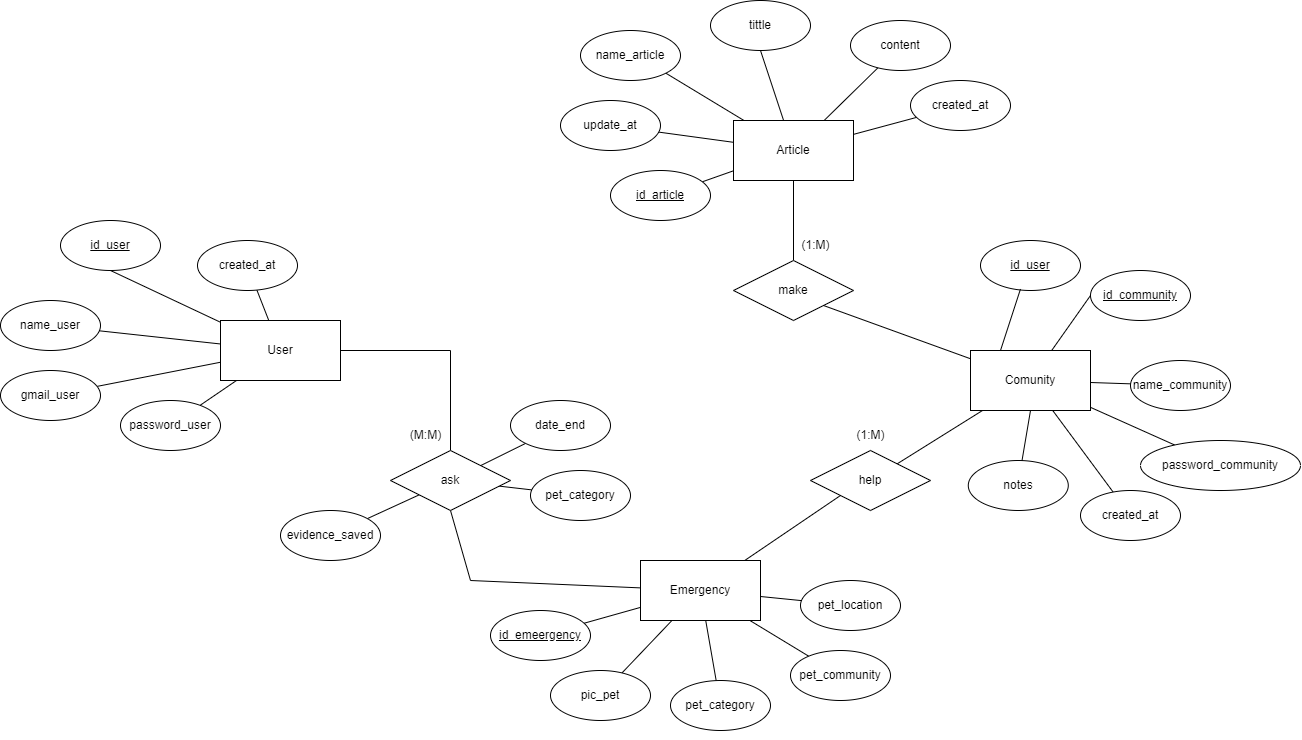
Above: src/petshop.png in ignasiusdandy/Capstone-Backend (draw.io), before the change. Source tidied: cells renumbered, new cells last; positions are measured from the earlier drawing's top-left corner, leaving out a move shared by most shapes.
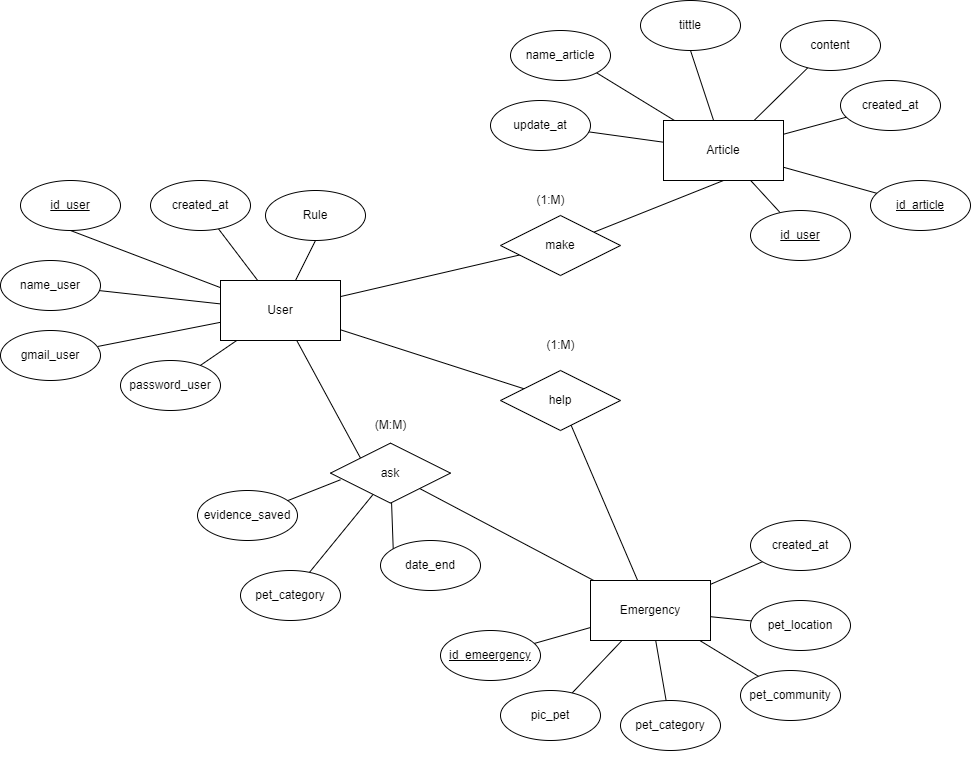
After the change.

Diff of the diagram source:
```diff
@@ -2,15 +2,12 @@
   <root>
     <mxCell id="0" />
     <mxCell id="1" parent="0" />
-    <mxCell id="2" style="edgeStyle=orthogonalEdgeStyle;rounded=0;jettySize=auto;html=1;exitX=1;exitY=0.5;exitDx=0;exitDy=0;entryX=0.5;entryY=0;entryDx=0;entryDy=0;startArrow=none;startFill=0;endArrow=none;endFill=0;" parent="1" edge="1" source="8" target="41">
-      <mxGeometry relative="1" as="geometry" />
-    </mxCell>
-    <mxCell id="3" style="edgeStyle=none;rounded=0;jettySize=auto;html=1;startArrow=none;startFill=0;endArrow=none;endFill=0;" parent="1" edge="1" source="8" target="58">
-      <mxGeometry relative="1" as="geometry" />
-    </mxCell>
-    <mxCell id="4" style="edgeStyle=none;rounded=0;jettySize=auto;html=1;entryX=0.5;entryY=1;entryDx=0;entryDy=0;startArrow=none;startFill=0;endArrow=none;endFill=0;" parent="1" edge="1" source="8" target="29">
-      <mxGeometry relative="1" as="geometry" />
-    </mxCell>
+    <mxCell id="69" style="edgeStyle=none;rounded=0;jettySize=auto;html=1;startArrow=none;startFill=0;endArrow=none;endFill=0;" parent="1" edge="1" source="8" target="85">
+      <mxGeometry relative="1" as="geometry" />
+    </mxCell>
+    <mxCell id="70" style="edgeStyle=none;rounded=0;jettySize=auto;html=1;entryX=0.5;entryY=1;entryDx=0;entryDy=0;startArrow=none;startFill=0;endArrow=none;endFill=0;" parent="1" edge="1" source="8" target="76">
+      <mxGeometry relative="1" as="geometry" />
+    </mxCell>
     <mxCell id="5" style="edgeStyle=none;rounded=0;jettySize=auto;html=1;startArrow=none;startFill=0;endArrow=none;endFill=0;" parent="1" edge="1" source="8" target="30">
       <mxGeometry relative="1" as="geometry" />
     </mxCell>
@@ -20,33 +17,38 @@
     <mxCell id="7" style="edgeStyle=none;rounded=0;jettySize=auto;html=1;startArrow=none;startFill=0;endArrow=none;endFill=0;" parent="1" edge="1" source="8" target="32">
       <mxGeometry relative="1" as="geometry" />
     </mxCell>
+    <mxCell id="2" style="edgeStyle=none;rounded=0;jettySize=auto;html=1;entryX=0;entryY=0;entryDx=0;entryDy=0;endArrow=none;endFill=0;" parent="1" edge="1" source="8" target="41">
+      <mxGeometry relative="1" as="geometry" />
+    </mxCell>
+    <mxCell id="71" style="edgeStyle=none;rounded=0;jettySize=auto;html=1;endArrow=none;endFill=0;" parent="1" edge="1" source="8" target="43">
+      <mxGeometry relative="1" as="geometry" />
+    </mxCell>
+    <mxCell id="72" style="edgeStyle=none;rounded=0;jettySize=auto;html=1;entryX=0.5;entryY=1;entryDx=0;entryDy=0;endArrow=none;endFill=0;" parent="1" edge="1" source="8" target="88">
+      <mxGeometry relative="1" as="geometry" />
+    </mxCell>
     <mxCell id="8" value="User" style="rounded=0;whiteSpace=wrap;html=1;" parent="1" vertex="1">
       <mxGeometry x="220" y="320" width="120" height="60" as="geometry" />
     </mxCell>
-    <mxCell id="9" style="edgeStyle=none;rounded=0;jettySize=auto;html=1;entryX=0.5;entryY=1;entryDx=0;entryDy=0;endArrow=none;endFill=0;" parent="1" edge="1" source="15" target="41">
-      <mxGeometry relative="1" as="geometry">
-        <Array as="points">
-          <mxPoint x="470" y="580" />
-        </Array>
-      </mxGeometry>
-    </mxCell>
     <mxCell id="10" style="edgeStyle=none;rounded=0;jettySize=auto;html=1;startArrow=none;startFill=0;endArrow=none;endFill=0;" parent="1" edge="1" source="15" target="33">
       <mxGeometry relative="1" as="geometry" />
     </mxCell>
     <mxCell id="11" style="edgeStyle=none;rounded=0;jettySize=auto;html=1;startArrow=none;startFill=0;endArrow=none;endFill=0;" parent="1" edge="1" source="15" target="34">
       <mxGeometry relative="1" as="geometry" />
     </mxCell>
-    <mxCell id="12" style="edgeStyle=none;rounded=0;jettySize=auto;html=1;startArrow=none;startFill=0;endArrow=none;endFill=0;" parent="1" edge="1" source="15" target="35">
-      <mxGeometry relative="1" as="geometry" />
-    </mxCell>
+    <mxCell id="73" style="edgeStyle=none;rounded=0;jettySize=auto;html=1;startArrow=none;startFill=0;endArrow=none;endFill=0;" parent="1" edge="1" source="15" target="77">
+      <mxGeometry relative="1" as="geometry" />
+    </mxCell>
     <mxCell id="13" style="edgeStyle=none;rounded=0;jettySize=auto;html=1;startArrow=none;startFill=0;endArrow=none;endFill=0;" parent="1" edge="1" source="15" target="37">
       <mxGeometry relative="1" as="geometry" />
     </mxCell>
     <mxCell id="14" style="edgeStyle=none;rounded=0;jettySize=auto;html=1;startArrow=none;startFill=0;endArrow=none;endFill=0;" parent="1" edge="1" source="15" target="36">
       <mxGeometry relative="1" as="geometry" />
     </mxCell>
+    <mxCell id="74" style="rounded=0;jettySize=auto;html=1;endArrow=none;endFill=0;" parent="1" edge="1" source="15" target="89">
+      <mxGeometry relative="1" as="geometry" />
+    </mxCell>
     <mxCell id="15" value="Emergency" style="rounded=0;whiteSpace=wrap;html=1;" parent="1" vertex="1">
-      <mxGeometry x="640" y="560" width="120" height="60" as="geometry" />
+      <mxGeometry x="590" y="620" width="120" height="60" as="geometry" />
     </mxCell>
     <mxCell id="16" style="edgeStyle=none;rounded=0;jettySize=auto;html=1;entryX=0.5;entryY=1;entryDx=0;entryDy=0;startArrow=none;startFill=0;endArrow=none;endFill=0;" parent="1" edge="1" source="21" target="47">
       <mxGeometry relative="1" as="geometry" />
@@ -60,36 +62,15 @@
     <mxCell id="19" style="edgeStyle=none;rounded=0;jettySize=auto;html=1;startArrow=none;startFill=0;endArrow=none;endFill=0;" parent="1" edge="1" source="21" target="48">
       <mxGeometry relative="1" as="geometry" />
     </mxCell>
-    <mxCell id="20" style="edgeStyle=none;rounded=0;jettySize=auto;html=1;startArrow=none;startFill=0;endArrow=none;endFill=0;" parent="1" edge="1" source="21" target="49">
-      <mxGeometry relative="1" as="geometry" />
-    </mxCell>
+    <mxCell id="75" style="edgeStyle=none;rounded=0;jettySize=auto;html=1;startArrow=none;startFill=0;endArrow=none;endFill=0;" parent="1" edge="1" source="21" target="81">
+      <mxGeometry relative="1" as="geometry" />
+    </mxCell>
     <mxCell id="21" value="Article" style="rounded=0;whiteSpace=wrap;html=1;" parent="1" vertex="1">
-      <mxGeometry x="733" y="120" width="120" height="60" as="geometry" />
+      <mxGeometry x="663" y="160" width="120" height="60" as="geometry" />
     </mxCell>
-    <mxCell id="22" style="edgeStyle=none;rounded=0;jettySize=auto;html=1;endArrow=none;endFill=0;" parent="1" edge="1" source="28" target="43">
-      <mxGeometry relative="1" as="geometry" />
-    </mxCell>
-    <mxCell id="23" style="edgeStyle=none;rounded=0;jettySize=auto;html=1;entryX=0;entryY=0.5;entryDx=0;entryDy=0;startArrow=none;startFill=0;endArrow=none;endFill=0;" parent="1" edge="1" source="28" target="55">
-      <mxGeometry relative="1" as="geometry" />
-    </mxCell>
-    <mxCell id="24" style="edgeStyle=none;rounded=0;jettySize=auto;html=1;startArrow=none;startFill=0;endArrow=none;endFill=0;" parent="1" edge="1" source="28" target="56">
-      <mxGeometry relative="1" as="geometry" />
-    </mxCell>
-    <mxCell id="25" style="edgeStyle=none;rounded=0;jettySize=auto;html=1;startArrow=none;startFill=0;endArrow=none;endFill=0;" parent="1" edge="1" source="28" target="60">
-      <mxGeometry relative="1" as="geometry" />
-    </mxCell>
-    <mxCell id="26" style="edgeStyle=none;rounded=0;jettySize=auto;html=1;startArrow=none;startFill=0;endArrow=none;endFill=0;" parent="1" edge="1" source="28" target="57">
-      <mxGeometry relative="1" as="geometry" />
-    </mxCell>
-    <mxCell id="27" style="edgeStyle=none;rounded=0;jettySize=auto;html=1;entryX=1;entryY=1;entryDx=0;entryDy=0;startArrow=none;startFill=0;endArrow=none;endFill=0;" parent="1" edge="1" source="28" target="45">
-      <mxGeometry relative="1" as="geometry" />
-    </mxCell>
-    <mxCell id="28" value="Comunity" style="rounded=0;whiteSpace=wrap;html=1;" parent="1" vertex="1">
-      <mxGeometry x="970" y="350" width="120" height="60" as="geometry" />
-    </mxCell>
-    <mxCell id="29" value="id_user" style="ellipse;whiteSpace=wrap;html=1;fontStyle=4;" parent="1" vertex="1">
-      <mxGeometry x="60" y="220" width="100" height="50" as="geometry" />
-    </mxCell>
+    <mxCell id="76" value="id_user" style="ellipse;whiteSpace=wrap;html=1;fontStyle=4;" parent="1" vertex="1">
+      <mxGeometry x="20" y="220" width="100" height="50" as="geometry" />
+    </mxCell>
     <mxCell id="30" value="name_user" style="ellipse;whiteSpace=wrap;html=1;" parent="1" vertex="1">
       <mxGeometry y="300" width="100" height="50" as="geometry" />
     </mxCell>
@@ -100,112 +81,106 @@
       <mxGeometry x="120" y="400" width="100" height="50" as="geometry" />
     </mxCell>
     <mxCell id="33" value="id_emeergency" style="ellipse;whiteSpace=wrap;html=1;fontStyle=4;" parent="1" vertex="1">
-      <mxGeometry x="490" y="610" width="100" height="50" as="geometry" />
+      <mxGeometry x="440" y="670" width="100" height="50" as="geometry" />
     </mxCell>
     <mxCell id="34" value="pic_pet" style="ellipse;whiteSpace=wrap;html=1;fontStyle=0;" parent="1" vertex="1">
-      <mxGeometry x="550" y="670" width="100" height="50" as="geometry" />
+      <mxGeometry x="500" y="730" width="100" height="50" as="geometry" />
     </mxCell>
-    <mxCell id="35" value="pet_category" style="ellipse;whiteSpace=wrap;html=1;" parent="1" vertex="1">
-      <mxGeometry x="670" y="680" width="100" height="50" as="geometry" />
-    </mxCell>
+    <mxCell id="77" value="pet_category" style="ellipse;whiteSpace=wrap;html=1;" parent="1" vertex="1">
+      <mxGeometry x="620" y="740" width="100" height="50" as="geometry" />
+    </mxCell>
     <mxCell id="36" value="pet_community" style="ellipse;whiteSpace=wrap;html=1;" parent="1" vertex="1">
-      <mxGeometry x="790" y="650" width="100" height="50" as="geometry" />
+      <mxGeometry x="740" y="710" width="100" height="50" as="geometry" />
     </mxCell>
     <mxCell id="37" value="pet_location" style="ellipse;whiteSpace=wrap;html=1;" parent="1" vertex="1">
-      <mxGeometry x="800" y="580" width="100" height="50" as="geometry" />
+      <mxGeometry x="750" y="640" width="100" height="50" as="geometry" />
     </mxCell>
-    <mxCell id="38" style="edgeStyle=none;rounded=0;jettySize=auto;html=1;startArrow=none;startFill=0;endArrow=none;endFill=0;" parent="1" edge="1" source="41" target="52">
-      <mxGeometry relative="1" as="geometry" />
-    </mxCell>
     <mxCell id="39" style="edgeStyle=none;rounded=0;jettySize=auto;html=1;entryX=0;entryY=1;entryDx=0;entryDy=0;startArrow=none;startFill=0;endArrow=none;endFill=0;" parent="1" edge="1" source="41" target="51">
       <mxGeometry relative="1" as="geometry" />
     </mxCell>
-    <mxCell id="40" style="edgeStyle=none;rounded=0;jettySize=auto;html=1;startArrow=none;startFill=0;endArrow=none;endFill=0;" parent="1" edge="1" source="41" target="53">
-      <mxGeometry relative="1" as="geometry" />
-    </mxCell>
+    <mxCell id="78" style="edgeStyle=none;rounded=0;jettySize=auto;html=1;startArrow=none;startFill=0;endArrow=none;endFill=0;" parent="1" edge="1" source="41" target="83">
+      <mxGeometry relative="1" as="geometry" />
+    </mxCell>
+    <mxCell id="79" style="edgeStyle=none;rounded=0;jettySize=auto;html=1;endArrow=none;endFill=0;" parent="1" edge="1" source="41" target="15">
+      <mxGeometry relative="1" as="geometry" />
+    </mxCell>
     <mxCell id="41" value="ask" style="rhombus;whiteSpace=wrap;html=1;" parent="1" vertex="1">
-      <mxGeometry x="390" y="450" width="120" height="60" as="geometry" />
+      <mxGeometry x="330" y="482.6" width="120" height="60" as="geometry" />
     </mxCell>
-    <mxCell id="42" style="edgeStyle=none;rounded=0;jettySize=auto;html=1;exitX=0;exitY=1;exitDx=0;exitDy=0;endArrow=none;endFill=0;" parent="1" edge="1" source="43" target="15">
+    <mxCell id="42" style="edgeStyle=none;rounded=0;jettySize=auto;html=1;endArrow=none;endFill=0;" parent="1" edge="1" source="43" target="15">
       <mxGeometry relative="1" as="geometry" />
     </mxCell>
     <mxCell id="43" value="help" style="rhombus;whiteSpace=wrap;html=1;" parent="1" vertex="1">
-      <mxGeometry x="810" y="450" width="120" height="60" as="geometry" />
+      <mxGeometry x="500" y="410" width="120" height="60" as="geometry" />
     </mxCell>
     <mxCell id="44" style="edgeStyle=none;rounded=0;jettySize=auto;html=1;entryX=0.5;entryY=1;entryDx=0;entryDy=0;startArrow=none;startFill=0;endArrow=none;endFill=0;" parent="1" edge="1" source="45" target="21">
       <mxGeometry relative="1" as="geometry" />
     </mxCell>
+    <mxCell id="80" style="edgeStyle=none;rounded=0;jettySize=auto;html=1;endArrow=none;endFill=0;" parent="1" edge="1" source="45" target="8">
+      <mxGeometry relative="1" as="geometry" />
+    </mxCell>
     <mxCell id="45" value="make" style="rhombus;whiteSpace=wrap;html=1;" parent="1" vertex="1">
-      <mxGeometry x="733" y="260" width="120" height="60" as="geometry" />
+      <mxGeometry x="500" y="255" width="120" height="60" as="geometry" />
     </mxCell>
     <mxCell id="46" value="name_article" style="ellipse;whiteSpace=wrap;html=1;" parent="1" vertex="1">
-      <mxGeometry x="580" y="30" width="100" height="50" as="geometry" />
+      <mxGeometry x="510" y="70" width="100" height="50" as="geometry" />
     </mxCell>
     <mxCell id="47" value="tittle" style="ellipse;whiteSpace=wrap;html=1;" parent="1" vertex="1">
-      <mxGeometry x="710" width="100" height="50" as="geometry" />
+      <mxGeometry x="640" y="40" width="100" height="50" as="geometry" />
     </mxCell>
     <mxCell id="48" value="content" style="ellipse;whiteSpace=wrap;html=1;" parent="1" vertex="1">
-      <mxGeometry x="850" y="20" width="100" height="50" as="geometry" />
+      <mxGeometry x="780" y="60" width="100" height="50" as="geometry" />
     </mxCell>
-    <mxCell id="49" value="created_at" style="ellipse;whiteSpace=wrap;html=1;" parent="1" vertex="1">
-      <mxGeometry x="910" y="80" width="100" height="50" as="geometry" />
-    </mxCell>
+    <mxCell id="81" value="created_at" style="ellipse;whiteSpace=wrap;html=1;" parent="1" vertex="1">
+      <mxGeometry x="840" y="120" width="100" height="50" as="geometry" />
+    </mxCell>
     <mxCell id="50" value="update_at" style="ellipse;whiteSpace=wrap;html=1;" parent="1" vertex="1">
-      <mxGeometry x="560" y="100" width="100" height="50" as="geometry" />
+      <mxGeometry x="490" y="140" width="100" height="50" as="geometry" />
     </mxCell>
     <mxCell id="51" value="date_end" style="ellipse;whiteSpace=wrap;html=1;" parent="1" vertex="1">
-      <mxGeometry x="510" y="400" width="100" height="50" as="geometry" />
+      <mxGeometry x="380" y="580" width="100" height="50" as="geometry" />
     </mxCell>
+    <mxCell id="82" style="rounded=0;jettySize=auto;html=1;entryX=0.083;entryY=0.611;entryDx=0;entryDy=0;entryPerimeter=0;endArrow=none;endFill=0;" parent="1" edge="1" source="52" target="41">
+      <mxGeometry relative="1" as="geometry" />
+    </mxCell>
     <mxCell id="52" value="evidence_saved" style="ellipse;whiteSpace=wrap;html=1;" parent="1" vertex="1">
-      <mxGeometry x="280" y="510" width="100" height="50" as="geometry" />
+      <mxGeometry x="197" y="530" width="100" height="50" as="geometry" />
     </mxCell>
-    <mxCell id="53" value="pet_category" style="ellipse;whiteSpace=wrap;html=1;" parent="1" vertex="1">
-      <mxGeometry x="530" y="470" width="100" height="50" as="geometry" />
-    </mxCell>
-    <mxCell id="54" style="edgeStyle=none;rounded=0;orthogonalLoop=1;jettySize=auto;html=1;exitX=0.5;exitY=1;exitDx=0;exitDy=0;" parent="1" edge="1" source="35" target="35">
-      <mxGeometry relative="1" as="geometry" />
-    </mxCell>
-    <mxCell id="55" value="id_community" style="ellipse;whiteSpace=wrap;html=1;fontStyle=4;" parent="1" vertex="1">
-      <mxGeometry x="1090" y="270" width="100" height="50" as="geometry" />
-    </mxCell>
-    <mxCell id="56" value="name_community" style="ellipse;whiteSpace=wrap;html=1;" parent="1" vertex="1">
-      <mxGeometry x="1130" y="360" width="100" height="50" as="geometry" />
-    </mxCell>
-    <mxCell id="57" value="created_at" style="ellipse;whiteSpace=wrap;html=1;" parent="1" vertex="1">
-      <mxGeometry x="1080" y="490" width="100" height="50" as="geometry" />
-    </mxCell>
-    <mxCell id="58" value="created_at" style="ellipse;whiteSpace=wrap;html=1;" parent="1" vertex="1">
-      <mxGeometry x="197" y="240" width="100" height="50" as="geometry" />
-    </mxCell>
+    <mxCell id="83" value="pet_category" style="ellipse;whiteSpace=wrap;html=1;" parent="1" vertex="1">
+      <mxGeometry x="240" y="610" width="100" height="50" as="geometry" />
+    </mxCell>
+    <mxCell id="84" style="edgeStyle=none;rounded=0;orthogonalLoop=1;jettySize=auto;html=1;exitX=0.5;exitY=1;exitDx=0;exitDy=0;" parent="1" edge="1" source="77" target="77">
+      <mxGeometry relative="1" as="geometry" />
+    </mxCell>
+    <mxCell id="85" value="created_at" style="ellipse;whiteSpace=wrap;html=1;" parent="1" vertex="1">
+      <mxGeometry x="150" y="220" width="100" height="50" as="geometry" />
+    </mxCell>
     <mxCell id="59" value="(M:M)" style="text;html=1;align=center;verticalAlign=middle;strokeColor=none;fillColor=none;" parent="1" vertex="1">
-      <mxGeometry x="400" y="420" width="50" height="30" as="geometry" />
+      <mxGeometry x="365" y="450" width="50" height="30" as="geometry" />
     </mxCell>
-    <mxCell id="60" value="password_community" style="ellipse;whiteSpace=wrap;html=1;" parent="1" vertex="1">
-      <mxGeometry x="1140" y="440" width="160" height="50" as="geometry" />
-    </mxCell>
     <mxCell id="61" style="edgeStyle=none;rounded=0;jettySize=auto;html=1;startArrow=none;startFill=0;endArrow=none;endFill=0;" parent="1" edge="1" source="62" target="21">
       <mxGeometry relative="1" as="geometry" />
     </mxCell>
     <mxCell id="62" value="id_article" style="ellipse;whiteSpace=wrap;html=1;fontStyle=4;" parent="1" vertex="1">
-      <mxGeometry x="610" y="170" width="100" height="50" as="geometry" />
+      <mxGeometry x="870" y="220" width="100" height="50" as="geometry" />
     </mxCell>
-    <mxCell id="63" value="(1:M)" style="text;html=1;align=center;verticalAlign=middle;strokeColor=none;fillColor=none;" parent="1" vertex="1">
-      <mxGeometry x="845" y="420" width="50" height="30" as="geometry" />
-    </mxCell>
-    <mxCell id="64" value="(1:M)" style="text;html=1;align=center;verticalAlign=middle;strokeColor=none;fillColor=none;" parent="1" vertex="1">
-      <mxGeometry x="790" y="230" width="50" height="30" as="geometry" />
-    </mxCell>
-    <mxCell id="65" value="id_user" style="ellipse;whiteSpace=wrap;html=1;fontStyle=4;" parent="1" vertex="1">
-      <mxGeometry x="980" y="240" width="100" height="50" as="geometry" />
-    </mxCell>
-    <mxCell id="66" style="edgeStyle=none;rounded=0;jettySize=auto;html=1;entryX=0.4;entryY=0.97;entryDx=0;entryDy=0;startArrow=none;startFill=0;endArrow=none;endFill=0;entryPerimeter=0;exitX=0.25;exitY=0;exitDx=0;exitDy=0;" parent="1" edge="1" source="28" target="65">
-      <mxGeometry relative="1" as="geometry" />
-    </mxCell>
-    <mxCell id="67" value="notes" style="ellipse;whiteSpace=wrap;html=1;" parent="1" vertex="1">
-      <mxGeometry x="967.8" y="460" width="100" height="50" as="geometry" />
-    </mxCell>
-    <mxCell id="68" style="edgeStyle=none;rounded=0;jettySize=auto;html=1;startArrow=none;startFill=0;endArrow=none;endFill=0;exitX=0.5;exitY=1;exitDx=0;exitDy=0;" parent="1" edge="1" source="28" target="67">
-      <mxGeometry relative="1" as="geometry" />
-    </mxCell>
+    <mxCell id="86" value="(1:M)" style="text;html=1;align=center;verticalAlign=middle;strokeColor=none;fillColor=none;" parent="1" vertex="1">
+      <mxGeometry x="535" y="370" width="50" height="30" as="geometry" />
+    </mxCell>
+    <mxCell id="87" value="(1:M)" style="text;html=1;align=center;verticalAlign=middle;strokeColor=none;fillColor=none;" parent="1" vertex="1">
+      <mxGeometry x="525" y="225" width="50" height="30" as="geometry" />
+    </mxCell>
+    <mxCell id="88" value="Rule" style="ellipse;whiteSpace=wrap;html=1;" parent="1" vertex="1">
+      <mxGeometry x="265" y="230" width="100" height="50" as="geometry" />
+    </mxCell>
+    <mxCell id="89" value="created_at" style="ellipse;whiteSpace=wrap;html=1;" parent="1" vertex="1">
+      <mxGeometry x="750" y="560" width="100" height="50" as="geometry" />
+    </mxCell>
+    <mxCell id="90" style="rounded=0;jettySize=auto;html=1;endArrow=none;endFill=0;" parent="1" edge="1" source="91" target="21">
+      <mxGeometry relative="1" as="geometry" />
+    </mxCell>
+    <mxCell id="91" value="id_user" style="ellipse;whiteSpace=wrap;html=1;fontStyle=4;" parent="1" vertex="1">
+      <mxGeometry x="750" y="250" width="100" height="50" as="geometry" />
+    </mxCell>
   </root>
 </mxGraphModel>
```
